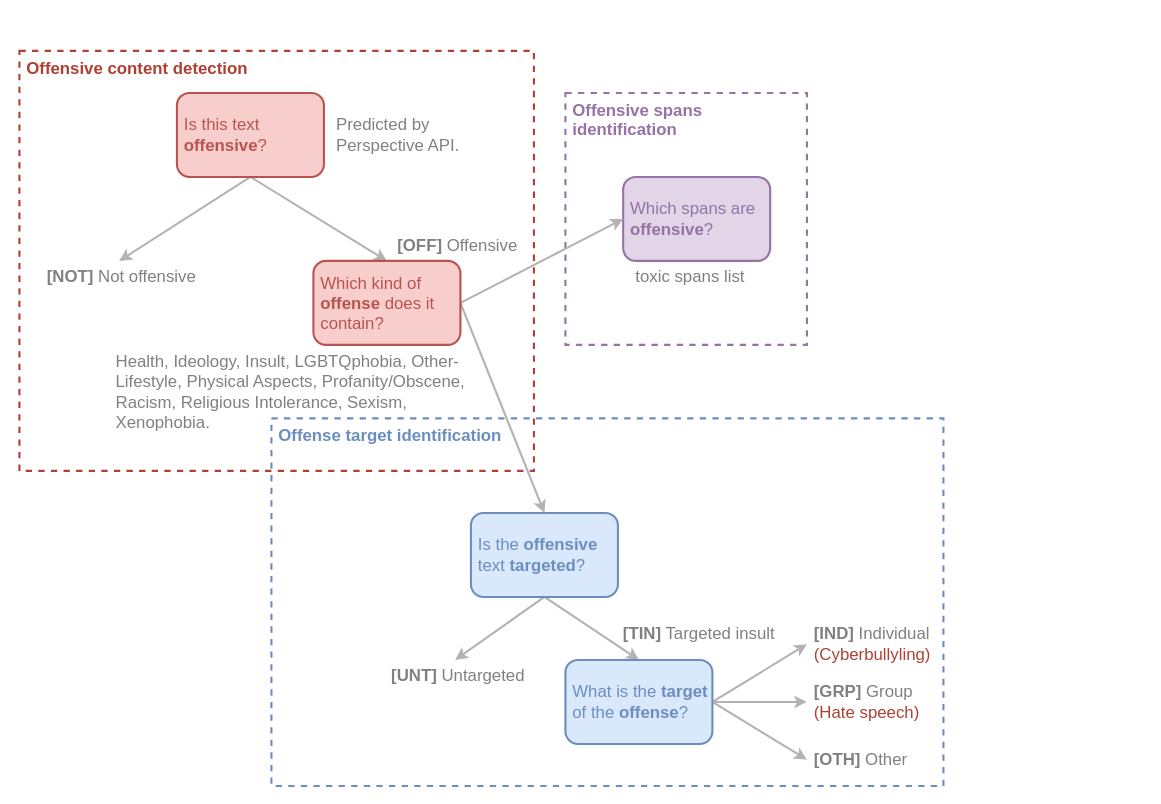
The draw.io diagram page "OLIDBR_taxonomy" (2 of 6) of docs/diagrams/diagrams.drawio in DougTrajano/olid-br, before the edit. Source tidied: cells renumbered, new cells numbered last; positions are measured from the earlier drawing's top-left corner, leaving out a move shared by most shapes. Both pictures are drawn from the tidied source at 105%, with x=0, y=0 at pixel (19, 50).
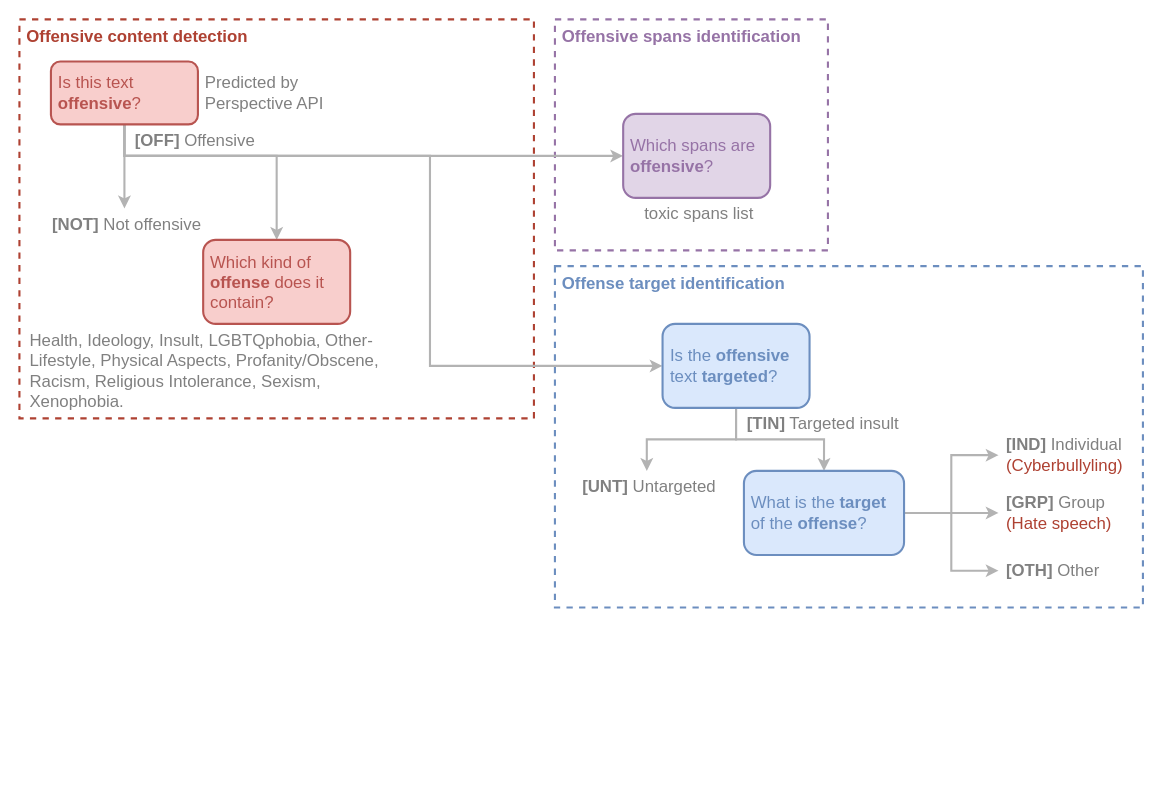
Above is the later version.

The edit, as a diff of the source:
```diff
@@
-    <mxCell id="0" />
-    <mxCell id="1" parent="0" />
+    <mxCell id="29" />
+    <mxCell id="30" parent="29" />
-    <mxCell id="2" value="Offensive spans identification" style="rounded=0;whiteSpace=wrap;html=1;strokeColor=#9673a6;verticalAlign=top;align=left;strokeWidth=2;spacingLeft=5;fontSize=16;fontStyle=1;dashed=1;fillColor=none;fontColor=#9673A6;" parent="1" vertex="1">
-      <mxGeometry x="520" y="40" width="230" height="240" as="geometry" />
+    <mxCell id="2" value="Offensive spans identification" style="rounded=0;whiteSpace=wrap;html=1;strokeColor=#9673a6;verticalAlign=top;align=left;strokeWidth=2;spacingLeft=5;fontSize=16;fontStyle=1;dashed=1;fillColor=none;fontColor=#9673A6;" parent="30" vertex="1">
+      <mxGeometry x="510" y="-30" width="260" height="220" as="geometry" />
     </mxCell>
-    <mxCell id="3" value="Offensive content detection" style="rounded=0;whiteSpace=wrap;html=1;strokeColor=#ae4132;fillColor=none;verticalAlign=top;align=left;fontColor=#AE4132;strokeWidth=2;spacingLeft=5;fontSize=16;fontStyle=1;dashed=1;" parent="1" vertex="1">
-      <mxGeometry width="490" height="400" as="geometry" />
+    <mxCell id="3" value="Offensive content detection" style="rounded=0;whiteSpace=wrap;html=1;strokeColor=#ae4132;fillColor=none;verticalAlign=top;align=left;fontColor=#AE4132;strokeWidth=2;spacingLeft=5;fontSize=16;fontStyle=1;dashed=1;" parent="30" vertex="1">
+      <mxGeometry y="-30" width="490" height="380" as="geometry" />
     </mxCell>
-    <mxCell id="4" value="Offense target identification" style="rounded=0;whiteSpace=wrap;html=1;strokeColor=#6c8ebf;fillColor=none;verticalAlign=top;align=left;fontColor=#6C8EBF;strokeWidth=2;spacingLeft=5;fontSize=16;fontStyle=1;dashed=1;" parent="1" vertex="1">
-      <mxGeometry x="240" y="350" width="640" height="350" as="geometry" />
+    <mxCell id="4" value="Offense target identification" style="rounded=0;whiteSpace=wrap;html=1;strokeColor=#6c8ebf;fillColor=none;verticalAlign=top;align=left;fontColor=#6C8EBF;strokeWidth=2;spacingLeft=5;fontSize=16;fontStyle=1;dashed=1;" parent="30" vertex="1">
+      <mxGeometry x="510" y="205" width="560" height="325" as="geometry" />
     </mxCell>
-    <mxCell id="5" style="rounded=0;jettySize=auto;html=1;exitX=0.5;exitY=1;exitDx=0;exitDy=0;entryX=0.5;entryY=0;entryDx=0;entryDy=0;fontSize=16;fillColor=#f5f5f5;strokeColor=#B3B3B3;strokeWidth=2;" parent="1" edge="1" source="7" target="15">
+    <mxCell id="5" style="rounded=0;jettySize=auto;html=1;exitX=0.5;exitY=1;exitDx=0;exitDy=0;entryX=0.5;entryY=0;entryDx=0;entryDy=0;fontSize=16;fillColor=#f5f5f5;strokeColor=#B3B3B3;strokeWidth=2;" parent="30" edge="1" source="7" target="15">
       <mxGeometry relative="1" as="geometry" />
     </mxCell>
-    <mxCell id="6" style="edgeStyle=none;rounded=0;jettySize=auto;html=1;exitX=0.5;exitY=1;exitDx=0;exitDy=0;entryX=0.5;entryY=0;entryDx=0;entryDy=0;fontSize=16;fillColor=#f5f5f5;strokeColor=#B3B3B3;strokeWidth=2;" parent="1" edge="1" source="7" target="25">
-      <mxGeometry relative="1" as="geometry" />
+    <mxCell id="6" style="edgeStyle=orthogonalEdgeStyle;rounded=0;jettySize=auto;html=1;exitX=0.5;exitY=1;exitDx=0;exitDy=0;entryX=0.5;entryY=0;entryDx=0;entryDy=0;fontSize=16;fillColor=#f5f5f5;strokeColor=#B3B3B3;strokeWidth=2;" parent="30" edge="1" source="7" target="25">
+      <mxGeometry relative="1" as="geometry">
+        <Array as="points">
+          <mxPoint x="100" y="100" />
+          <mxPoint x="245" y="100" />
+        </Array>
+      </mxGeometry>
     </mxCell>
+    <mxCell id="31" style="edgeStyle=orthogonalEdgeStyle;rounded=0;jettySize=auto;html=1;strokeColor=#B3B3B3;strokeWidth=2;" parent="30" edge="1" source="7" target="19">
+      <mxGeometry relative="1" as="geometry">
+        <Array as="points">
+          <mxPoint x="100" y="100" />
+        </Array>
+      </mxGeometry>
+    </mxCell>
+    <mxCell id="32" style="edgeStyle=orthogonalEdgeStyle;rounded=0;jettySize=auto;html=1;entryX=0;entryY=0.5;entryDx=0;entryDy=0;strokeColor=#B3B3B3;strokeWidth=2;" parent="30" edge="1" source="7" target="10">
+      <mxGeometry relative="1" as="geometry">
+        <Array as="points">
+          <mxPoint x="100" y="100" />
+          <mxPoint x="391" y="100" />
+          <mxPoint x="391" y="300" />
+        </Array>
+      </mxGeometry>
+    </mxCell>
-    <mxCell id="7" value="Is this text &lt;b style=&quot;font-size: 16px;&quot;&gt;offensive&lt;/b&gt;?" style="rounded=1;whiteSpace=wrap;html=1;fillColor=#f8cecc;align=left;strokeColor=#b85450;strokeWidth=2;spacingLeft=5;fontSize=16;fontColor=#B85450;" parent="1" vertex="1">
-      <mxGeometry x="150" y="40" width="140" height="80" as="geometry" />
+    <mxCell id="7" value="Is this text &lt;b style=&quot;font-size: 16px;&quot;&gt;offensive&lt;/b&gt;?" style="rounded=1;whiteSpace=wrap;html=1;fillColor=#f8cecc;align=left;strokeColor=#b85450;strokeWidth=2;spacingLeft=5;fontSize=16;fontColor=#B85450;" parent="30" vertex="1">
+      <mxGeometry x="30" y="10" width="140" height="60" as="geometry" />
     </mxCell>
-    <mxCell id="8" style="edgeStyle=none;rounded=0;jettySize=auto;html=1;exitX=0.5;exitY=1;exitDx=0;exitDy=0;entryX=0.5;entryY=0;entryDx=0;entryDy=0;fontSize=16;fillColor=#f5f5f5;strokeColor=#B3B3B3;strokeWidth=2;" parent="1" edge="1" source="10" target="27">
+    <mxCell id="8" style="edgeStyle=orthogonalEdgeStyle;rounded=0;jettySize=auto;html=1;exitX=0.5;exitY=1;exitDx=0;exitDy=0;entryX=0.5;entryY=0;entryDx=0;entryDy=0;fontSize=16;fillColor=#f5f5f5;strokeColor=#B3B3B3;strokeWidth=2;" parent="30" edge="1" source="10" target="27">
       <mxGeometry relative="1" as="geometry" />
     </mxCell>
-    <mxCell id="9" style="edgeStyle=none;rounded=0;jettySize=auto;html=1;exitX=0.5;exitY=1;exitDx=0;exitDy=0;entryX=0.5;entryY=0;entryDx=0;entryDy=0;fontSize=16;fillColor=#f5f5f5;strokeWidth=2;strokeColor=#B3B3B3;" parent="1" edge="1" source="10" target="14">
+    <mxCell id="9" style="edgeStyle=orthogonalEdgeStyle;rounded=0;jettySize=auto;html=1;exitX=0.5;exitY=1;exitDx=0;exitDy=0;entryX=0.5;entryY=0;entryDx=0;entryDy=0;fontSize=16;fillColor=#f5f5f5;strokeWidth=2;strokeColor=#B3B3B3;" parent="30" edge="1" source="10" target="14">
       <mxGeometry relative="1" as="geometry" />
     </mxCell>
-    <mxCell id="10" value="Is the &lt;b style=&quot;font-size: 16px;&quot;&gt;offensive&lt;/b&gt; text &lt;b style=&quot;font-size: 16px;&quot;&gt;targeted&lt;/b&gt;?" style="rounded=1;whiteSpace=wrap;html=1;fillColor=#dae8fc;align=left;strokeColor=#6c8ebf;strokeWidth=2;spacingLeft=5;fontSize=16;fontColor=#6C8EBF;" parent="1" vertex="1">
-      <mxGeometry x="430" y="440" width="140" height="80" as="geometry" />
+    <mxCell id="10" value="Is the &lt;b style=&quot;font-size: 16px;&quot;&gt;offensive&lt;/b&gt; text &lt;b style=&quot;font-size: 16px;&quot;&gt;targeted&lt;/b&gt;?" style="rounded=1;whiteSpace=wrap;html=1;fillColor=#dae8fc;align=left;strokeColor=#6c8ebf;strokeWidth=2;spacingLeft=5;fontSize=16;fontColor=#6C8EBF;" parent="30" vertex="1">
+      <mxGeometry x="612.5" y="260" width="140" height="80" as="geometry" />
     </mxCell>
-    <mxCell id="11" style="edgeStyle=none;rounded=0;jettySize=auto;html=1;exitX=1;exitY=0.5;exitDx=0;exitDy=0;entryX=0;entryY=0.5;entryDx=0;entryDy=0;fontSize=16;fontColor=#6C8EBF;startArrow=none;startFill=0;strokeColor=#B3B3B3;strokeWidth=2;" parent="1" edge="1" source="14" target="18">
+    <mxCell id="11" style="edgeStyle=orthogonalEdgeStyle;rounded=0;jettySize=auto;html=1;exitX=1;exitY=0.5;exitDx=0;exitDy=0;entryX=0;entryY=0.5;entryDx=0;entryDy=0;fontSize=16;fontColor=#6C8EBF;startArrow=none;startFill=0;strokeColor=#B3B3B3;strokeWidth=2;" parent="30" edge="1" source="14" target="18">
       <mxGeometry relative="1" as="geometry" />
     </mxCell>
-    <mxCell id="12" style="edgeStyle=none;rounded=0;jettySize=auto;html=1;exitX=1;exitY=0.5;exitDx=0;exitDy=0;fontSize=16;fontColor=#6C8EBF;startArrow=none;startFill=0;strokeColor=#B3B3B3;strokeWidth=2;" parent="1" edge="1" source="14" target="17">
+    <mxCell id="12" style="edgeStyle=orthogonalEdgeStyle;rounded=0;jettySize=auto;html=1;exitX=1;exitY=0.5;exitDx=0;exitDy=0;fontSize=16;fontColor=#6C8EBF;startArrow=none;startFill=0;strokeColor=#B3B3B3;strokeWidth=2;" parent="30" edge="1" source="14" target="17">
       <mxGeometry relative="1" as="geometry" />
     </mxCell>
-    <mxCell id="13" style="edgeStyle=none;rounded=0;jettySize=auto;html=1;exitX=1;exitY=0.5;exitDx=0;exitDy=0;entryX=0;entryY=0.5;entryDx=0;entryDy=0;fontSize=16;fontColor=#6C8EBF;startArrow=none;startFill=0;strokeColor=#B3B3B3;strokeWidth=2;" parent="1" edge="1" source="14" target="16">
+    <mxCell id="13" style="edgeStyle=orthogonalEdgeStyle;rounded=0;jettySize=auto;html=1;exitX=1;exitY=0.5;exitDx=0;exitDy=0;entryX=0;entryY=0.5;entryDx=0;entryDy=0;fontSize=16;fontColor=#6C8EBF;startArrow=none;startFill=0;strokeColor=#B3B3B3;strokeWidth=2;" parent="30" edge="1" source="14" target="16">
       <mxGeometry relative="1" as="geometry" />
     </mxCell>
-    <mxCell id="14" value="What is the &lt;b style=&quot;font-size: 16px;&quot;&gt;target&lt;/b&gt; of the &lt;b style=&quot;font-size: 16px;&quot;&gt;offense&lt;/b&gt;?" style="rounded=1;whiteSpace=wrap;html=1;fillColor=#dae8fc;align=left;strokeColor=#6c8ebf;strokeWidth=2;spacingLeft=5;fontSize=16;fontColor=#6C8EBF;" parent="1" vertex="1">
-      <mxGeometry x="520" y="580" width="140" height="80" as="geometry" />
+    <mxCell id="14" value="What is the &lt;b style=&quot;font-size: 16px;&quot;&gt;target&lt;/b&gt; of the &lt;b style=&quot;font-size: 16px;&quot;&gt;offense&lt;/b&gt;?" style="rounded=1;whiteSpace=wrap;html=1;fillColor=#dae8fc;align=left;strokeColor=#6c8ebf;strokeWidth=2;spacingLeft=5;fontSize=16;fontColor=#6C8EBF;" parent="30" vertex="1">
+      <mxGeometry x="690" y="400" width="152.5" height="80" as="geometry" />
     </mxCell>
-    <mxCell id="15" value="&lt;font color=&quot;#808080&quot; style=&quot;font-size: 16px;&quot;&gt;&lt;b style=&quot;font-size: 16px;&quot;&gt;[NOT]&lt;/b&gt; Not offensive&lt;/font&gt;" style="text;html=1;strokeColor=none;fillColor=none;align=center;verticalAlign=middle;whiteSpace=wrap;rounded=0;fontSize=16;fontColor=#6C8EBF;spacingLeft=5;" parent="1" vertex="1">
-      <mxGeometry x="10" y="200" width="170" height="30" as="geometry" />
+    <mxCell id="15" value="&lt;font color=&quot;#808080&quot; style=&quot;font-size: 16px;&quot;&gt;&lt;b style=&quot;font-size: 16px;&quot;&gt;[NOT]&lt;/b&gt; Not offensive&lt;/font&gt;" style="text;html=1;strokeColor=none;fillColor=none;align=center;verticalAlign=middle;whiteSpace=wrap;rounded=0;fontSize=16;fontColor=#6C8EBF;spacingLeft=5;" parent="30" vertex="1">
+      <mxGeometry x="15" y="150" width="170" height="30" as="geometry" />
     </mxCell>
-    <mxCell id="16" value="&lt;font color=&quot;#808080&quot; style=&quot;font-size: 16px;&quot;&gt;&lt;b style=&quot;font-size: 16px;&quot;&gt;[IND]&lt;/b&gt; Individual&lt;/font&gt;&lt;br style=&quot;font-size: 16px;&quot;&gt;&lt;font color=&quot;#ae4132&quot; style=&quot;font-size: 16px;&quot;&gt;(Cyberbullyling)&lt;/font&gt;" style="text;html=1;strokeColor=none;fillColor=none;align=left;verticalAlign=middle;whiteSpace=wrap;rounded=0;fontSize=16;fontColor=#6C8EBF;spacingLeft=5;" parent="1" vertex="1">
-      <mxGeometry x="750" y="550" width="110" height="30" as="geometry" />
+    <mxCell id="16" value="&lt;font color=&quot;#808080&quot; style=&quot;font-size: 16px;&quot;&gt;&lt;b style=&quot;font-size: 16px;&quot;&gt;[IND]&lt;/b&gt; Individual&lt;/font&gt;&lt;br style=&quot;font-size: 16px;&quot;&gt;&lt;font color=&quot;#ae4132&quot; style=&quot;font-size: 16px;&quot;&gt;(Cyberbullyling)&lt;/font&gt;" style="text;html=1;strokeColor=none;fillColor=none;align=left;verticalAlign=middle;whiteSpace=wrap;rounded=0;fontSize=16;fontColor=#6C8EBF;spacingLeft=5;" parent="30" vertex="1">
+      <mxGeometry x="932.5" y="370" width="110" height="30" as="geometry" />
     </mxCell>
-    <mxCell id="17" value="&lt;font color=&quot;#808080&quot; style=&quot;font-size: 16px;&quot;&gt;&lt;b style=&quot;font-size: 16px;&quot;&gt;[GRP]&lt;/b&gt; Group&lt;/font&gt;&lt;br style=&quot;font-size: 16px;&quot;&gt;&lt;font color=&quot;#ae4132&quot; style=&quot;font-size: 16px;&quot;&gt;(Hate speech)&lt;/font&gt;" style="text;html=1;strokeColor=none;fillColor=none;align=left;verticalAlign=middle;whiteSpace=wrap;rounded=0;fontSize=16;fontColor=#6C8EBF;spacingLeft=5;" parent="1" vertex="1">
-      <mxGeometry x="750" y="605" width="110" height="30" as="geometry" />
+    <mxCell id="17" value="&lt;font color=&quot;#808080&quot; style=&quot;font-size: 16px;&quot;&gt;&lt;b style=&quot;font-size: 16px;&quot;&gt;[GRP]&lt;/b&gt; Group&lt;/font&gt;&lt;br style=&quot;font-size: 16px;&quot;&gt;&lt;font color=&quot;#ae4132&quot; style=&quot;font-size: 16px;&quot;&gt;(Hate speech)&lt;/font&gt;" style="text;html=1;strokeColor=none;fillColor=none;align=left;verticalAlign=middle;whiteSpace=wrap;rounded=0;fontSize=16;fontColor=#6C8EBF;spacingLeft=5;" parent="30" vertex="1">
+      <mxGeometry x="932.5" y="425" width="110" height="30" as="geometry" />
     </mxCell>
-    <mxCell id="18" value="&lt;font color=&quot;#808080&quot; style=&quot;font-size: 16px;&quot;&gt;&lt;b style=&quot;font-size: 16px;&quot;&gt;[OTH]&lt;/b&gt; Other&lt;/font&gt;" style="text;html=1;strokeColor=none;fillColor=none;align=left;verticalAlign=middle;whiteSpace=wrap;rounded=0;fontSize=16;fontColor=#6C8EBF;spacingLeft=5;" parent="1" vertex="1">
-      <mxGeometry x="750" y="660" width="110" height="30" as="geometry" />
+    <mxCell id="18" value="&lt;font color=&quot;#808080&quot; style=&quot;font-size: 16px;&quot;&gt;&lt;b style=&quot;font-size: 16px;&quot;&gt;[OTH]&lt;/b&gt; Other&lt;/font&gt;" style="text;html=1;strokeColor=none;fillColor=none;align=left;verticalAlign=middle;whiteSpace=wrap;rounded=0;fontSize=16;fontColor=#6C8EBF;spacingLeft=5;" parent="30" vertex="1">
+      <mxGeometry x="932.5" y="480" width="110" height="30" as="geometry" />
     </mxCell>
-    <mxCell id="19" value="Which spans are &lt;b style=&quot;font-size: 16px;&quot;&gt;offensive&lt;/b&gt;?" style="rounded=1;whiteSpace=wrap;html=1;fillColor=#e1d5e7;align=left;strokeColor=#9673a6;strokeWidth=2;spacingLeft=5;fontSize=16;fontColor=#9673A6;" parent="1" vertex="1">
-      <mxGeometry x="575" y="120" width="140" height="80" as="geometry" />
+    <mxCell id="19" value="Which spans are &lt;b style=&quot;font-size: 16px;&quot;&gt;offensive&lt;/b&gt;?" style="rounded=1;whiteSpace=wrap;html=1;fillColor=#e1d5e7;align=left;strokeColor=#9673a6;strokeWidth=2;spacingLeft=5;fontSize=16;fontColor=#9673A6;" parent="30" vertex="1">
+      <mxGeometry x="575" y="60" width="140" height="80" as="geometry" />
     </mxCell>
-    <mxCell id="20" value="&lt;font color=&quot;#808080&quot; style=&quot;font-size: 16px;&quot;&gt;&lt;b style=&quot;font-size: 16px;&quot;&gt;[OFF]&lt;/b&gt; Offensive&lt;/font&gt;" style="text;html=1;strokeColor=none;fillColor=none;align=center;verticalAlign=middle;whiteSpace=wrap;rounded=0;fontSize=16;fontColor=#6C8EBF;spacingLeft=5;" parent="1" vertex="1">
-      <mxGeometry x="350" y="170" width="130" height="30" as="geometry" />
+    <mxCell id="20" value="&lt;font color=&quot;#808080&quot; style=&quot;font-size: 16px;&quot;&gt;&lt;b style=&quot;font-size: 16px;&quot;&gt;[OFF]&lt;/b&gt; Offensive&lt;/font&gt;" style="text;html=1;strokeColor=none;fillColor=none;align=center;verticalAlign=middle;whiteSpace=wrap;rounded=0;fontSize=16;fontColor=#6C8EBF;spacingLeft=5;" parent="30" vertex="1">
+      <mxGeometry x="100" y="70" width="130" height="30" as="geometry" />
     </mxCell>
-    <mxCell id="21" value="&lt;font color=&quot;#808080&quot; style=&quot;font-size: 16px;&quot;&gt;&lt;b style=&quot;font-size: 16px;&quot;&gt;[TIN]&lt;/b&gt; Targeted insult&lt;/font&gt;" style="text;html=1;strokeColor=none;fillColor=none;align=center;verticalAlign=middle;whiteSpace=wrap;rounded=0;fontSize=16;fontColor=#6C8EBF;spacingLeft=5;" parent="1" vertex="1">
-      <mxGeometry x="565" y="540" width="160" height="30" as="geometry" />
+    <mxCell id="21" value="&lt;font color=&quot;#808080&quot; style=&quot;font-size: 16px;&quot;&gt;&lt;b style=&quot;font-size: 16px;&quot;&gt;[TIN]&lt;/b&gt; Targeted insult&lt;/font&gt;" style="text;html=1;strokeColor=none;fillColor=none;align=center;verticalAlign=middle;whiteSpace=wrap;rounded=0;fontSize=16;fontColor=#6C8EBF;spacingLeft=5;" parent="30" vertex="1">
+      <mxGeometry x="682.5" y="340" width="160" height="30" as="geometry" />
     </mxCell>
-    <mxCell id="22" value="&lt;font color=&quot;#808080&quot; style=&quot;font-size: 16px;&quot;&gt;toxic spans list&lt;/font&gt;" style="text;html=1;strokeColor=none;fillColor=none;align=left;verticalAlign=middle;whiteSpace=wrap;rounded=0;fontSize=16;fontColor=#6C8EBF;spacingLeft=5;" parent="1" vertex="1">
-      <mxGeometry x="580" y="200" width="150" height="30" as="geometry" />
+    <mxCell id="22" value="&lt;font color=&quot;#808080&quot; style=&quot;font-size: 16px;&quot;&gt;toxic spans list&lt;/font&gt;" style="text;html=1;strokeColor=none;fillColor=none;align=center;verticalAlign=middle;whiteSpace=wrap;rounded=0;fontSize=16;fontColor=#6C8EBF;spacingLeft=5;" parent="30" vertex="1">
+      <mxGeometry x="585" y="140" width="120" height="30" as="geometry" />
     </mxCell>
-    <mxCell id="23" style="edgeStyle=none;rounded=0;jettySize=auto;html=1;exitX=1;exitY=0.5;exitDx=0;exitDy=0;entryX=0.5;entryY=0;entryDx=0;entryDy=0;fontSize=16;fillColor=#f5f5f5;strokeColor=#B3B3B3;strokeWidth=2;" parent="1" edge="1" source="25" target="10">
-      <mxGeometry relative="1" as="geometry" />
-    </mxCell>
-    <mxCell id="24" style="edgeStyle=none;rounded=0;jettySize=auto;html=1;entryX=0;entryY=0.5;entryDx=0;entryDy=0;fontSize=16;fontColor=#6C8EBF;fillColor=#f5f5f5;exitX=1;exitY=0.5;exitDx=0;exitDy=0;strokeColor=#B3B3B3;strokeWidth=2;" parent="1" edge="1" source="25" target="19">
-      <mxGeometry relative="1" as="geometry" />
-    </mxCell>
-    <mxCell id="25" value="Which kind of &lt;b style=&quot;font-size: 16px;&quot;&gt;offense&lt;/b&gt; does it contain?" style="rounded=1;whiteSpace=wrap;html=1;fillColor=#f8cecc;align=left;strokeColor=#b85450;strokeWidth=2;spacingLeft=5;fontSize=16;fontColor=#B85450;" parent="1" vertex="1">
-      <mxGeometry x="280" y="200" width="140" height="80" as="geometry" />
+    <mxCell id="25" value="Which kind of &lt;b style=&quot;font-size: 16px;&quot;&gt;offense&lt;/b&gt; does it contain?" style="rounded=1;whiteSpace=wrap;html=1;fillColor=#f8cecc;align=left;strokeColor=#b85450;strokeWidth=2;spacingLeft=5;fontSize=16;fontColor=#B85450;" parent="30" vertex="1">
+      <mxGeometry x="175" y="180" width="140" height="80" as="geometry" />
     </mxCell>
-    <mxCell id="26" value="&lt;font color=&quot;#808080&quot; style=&quot;font-size: 16px;&quot;&gt;Health, Ideology, Insult, LGBTQphobia, Other-Lifestyle, Physical Aspects, Profanity/Obscene, Racism, Religious Intolerance, Sexism, Xenophobia.&lt;/font&gt;" style="text;html=1;strokeColor=none;fillColor=none;align=left;verticalAlign=middle;whiteSpace=wrap;rounded=0;fontSize=16;fontColor=#6C8EBF;spacingLeft=5;fontStyle=0;" parent="1" vertex="1">
-      <mxGeometry x="85" y="290" width="345" height="70" as="geometry" />
+    <mxCell id="26" value="&lt;font color=&quot;#808080&quot; style=&quot;font-size: 16px;&quot;&gt;Health, Ideology, Insult, LGBTQphobia, Other-Lifestyle, Physical Aspects, Profanity/Obscene, Racism, Religious Intolerance, Sexism, Xenophobia.&lt;/font&gt;" style="text;html=1;strokeColor=none;fillColor=none;align=left;verticalAlign=middle;whiteSpace=wrap;rounded=0;fontSize=16;fontColor=#6C8EBF;spacingLeft=5;fontStyle=0;" parent="30" vertex="1">
+      <mxGeometry x="2.5" y="270" width="345" height="70" as="geometry" />
     </mxCell>
-    <mxCell id="27" value="&lt;font color=&quot;#808080&quot; style=&quot;font-size: 16px;&quot;&gt;&lt;b style=&quot;font-size: 16px;&quot;&gt;[UNT]&lt;/b&gt; Untargeted&lt;/font&gt;" style="text;html=1;strokeColor=none;fillColor=none;align=center;verticalAlign=middle;whiteSpace=wrap;rounded=0;fontSize=16;fontColor=#6C8EBF;spacingLeft=5;" parent="1" vertex="1">
-      <mxGeometry x="347.5" y="580" width="135" height="30" as="geometry" />
+    <mxCell id="27" value="&lt;font color=&quot;#808080&quot; style=&quot;font-size: 16px;&quot;&gt;&lt;b style=&quot;font-size: 16px;&quot;&gt;[UNT]&lt;/b&gt; Untargeted&lt;/font&gt;" style="text;html=1;strokeColor=none;fillColor=none;align=center;verticalAlign=middle;whiteSpace=wrap;rounded=0;fontSize=16;fontColor=#6C8EBF;spacingLeft=5;" parent="30" vertex="1">
+      <mxGeometry x="530" y="400" width="135" height="30" as="geometry" />
     </mxCell>
-    <mxCell id="28" value="&lt;font color=&quot;#808080&quot; style=&quot;font-size: 16px;&quot;&gt;Predicted by&lt;br style=&quot;font-size: 16px;&quot;&gt;Perspective API.&lt;/font&gt;" style="text;html=1;strokeColor=none;fillColor=none;align=left;verticalAlign=middle;whiteSpace=wrap;rounded=0;fontSize=16;fontColor=#6C8EBF;spacingLeft=5;fontStyle=0;" parent="1" vertex="1">
-      <mxGeometry x="295" y="60" width="125" height="40" as="geometry" />
-    </mxCell>
+    <mxCell id="33" value="&lt;font color=&quot;#808080&quot; style=&quot;font-size: 16px&quot;&gt;Predicted by&lt;br style=&quot;font-size: 16px&quot;&gt;Perspective API&lt;/font&gt;" style="text;html=1;strokeColor=none;fillColor=none;align=left;verticalAlign=middle;whiteSpace=wrap;rounded=0;fontSize=16;fontColor=#6C8EBF;spacingLeft=5;fontStyle=0;" parent="30" vertex="1">
+      <mxGeometry x="170" y="10" width="140" height="60" as="geometry" />
+    </mxCell>
```
